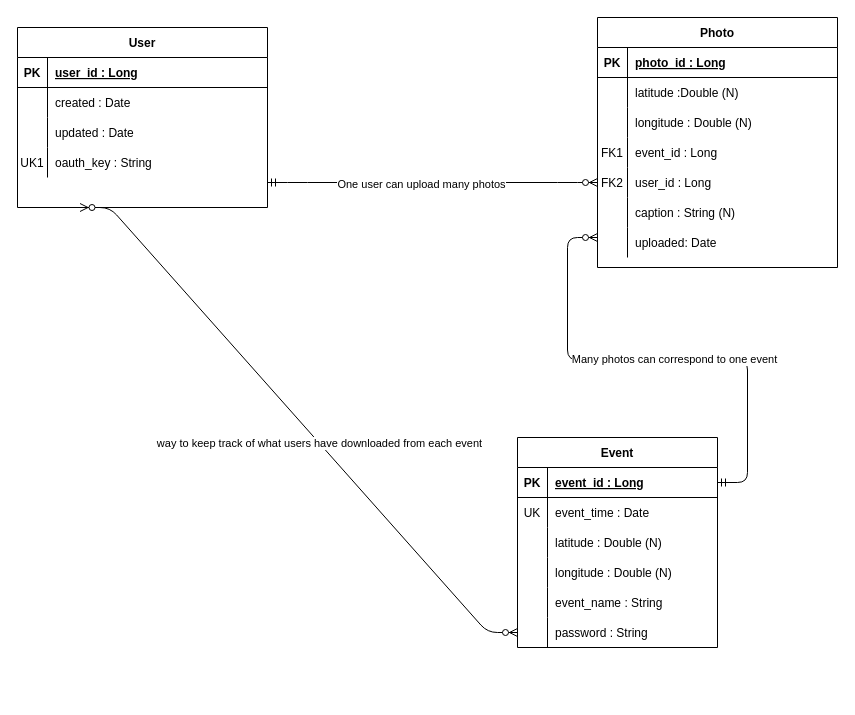
Above: docs/work/picmeERD.drawio in picme-gallery/picme-gallery-old.github.io (draw.io), before the change. Source tidied: cells renumbered, new cells numbered last; positions are measured from the earlier drawing's top-left corner, leaving out a move shared by most shapes. Both pictures are drawn from the tidied source at 100%, with x=0, y=0 at pixel (17, 17).
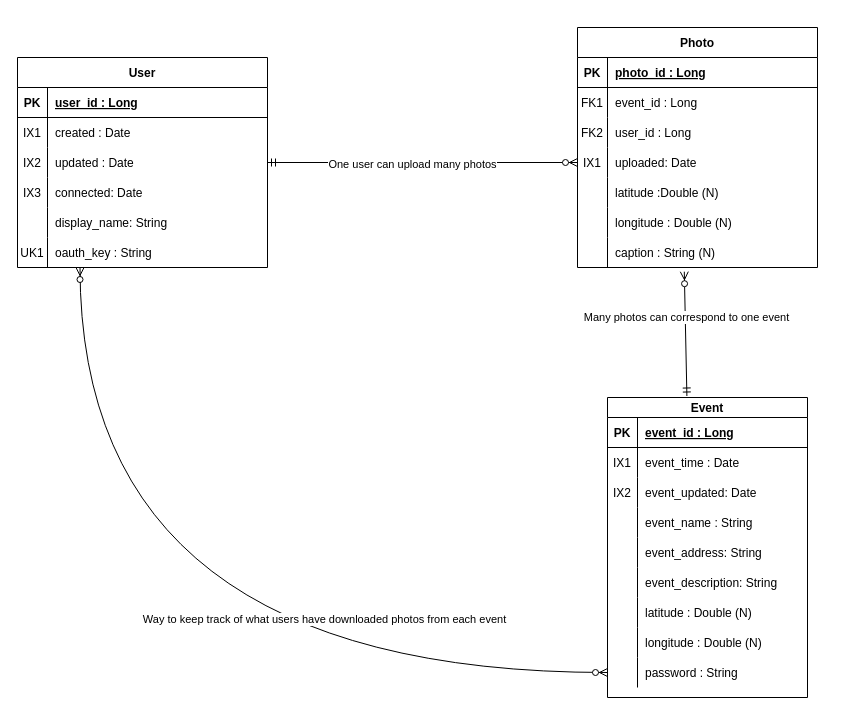
After the change.

Commit message (it also covers changes not shown here):
Updated our ERD

Unchanged cells that the change refers to:
```xml
<mxCell id="9" style="shape=partialRectangle;fillColor=none;top=0;left=0;right=0;bottom=0;" parent="5" vertex="1">
  <mxGeometry y="60" width="250" height="30" as="geometry" />
</mxCell>
<mxCell id="12" style="shape=partialRectangle;fillColor=none;points=[[0,0.5],[1,0.5]];portConstraint=eastwest;top=0;left=0;right=0;bottom=0;" parent="5" vertex="1">
  <mxGeometry y="90" width="250" height="30" as="geometry" />
</mxCell>
```

Change to the diagram source:
```diff
@@
-    <mxCell id="2" style="edgeStyle=entityRelationEdgeStyle;fontSize=12;html=1;endArrow=ERzeroToMany;startArrow=ERmandOne;exitX=1;exitY=0.5;exitDx=0;exitDy=0;" parent="1" edge="1" source="45">
-      <mxGeometry relative="1" as="geometry">
-        <mxPoint x="580" y="220" as="targetPoint" />
-      </mxGeometry>
-    </mxCell>
-    <mxCell id="3" value="Many photos can correspond to one event" style="edgeLabel;html=1;align=center;verticalAlign=middle;" parent="2" vertex="1">
-      <mxGeometry x="-0.07" y="-1" relative="1" as="geometry" />
-    </mxCell>
     <mxCell id="4" style="group;" parent="1" vertex="1">
-      <mxGeometry y="10" width="250" height="180" as="geometry" />
+      <mxGeometry y="30" width="250" height="210" as="geometry" />
     </mxCell>
     <mxCell id="5" value="User" style="shape=table;startSize=30;childLayout=tableLayout;rowLines=0;fontStyle=1;align=center;" parent="4" vertex="1">
-      <mxGeometry width="250" height="180" as="geometry" />
+      <mxGeometry y="10" width="250" height="210" as="geometry" />
     </mxCell>
@@
-    <mxCell id="10" style="shape=partialRectangle;overflow=hidden;fillColor=none;top=0;left=0;bottom=0;right=0;" parent="9" vertex="1">
+    <mxCell id="10" value="IX1" style="shape=partialRectangle;overflow=hidden;fillColor=none;top=0;left=0;bottom=0;right=0;" parent="9" vertex="1">
       <mxGeometry width="30" height="30" as="geometry" />
     </mxCell>
@@
-    <mxCell id="13" style="shape=partialRectangle;overflow=hidden;fillColor=none;top=0;left=0;bottom=0;right=0;" parent="12" vertex="1">
+    <mxCell id="13" value="IX2" style="shape=partialRectangle;overflow=hidden;fillColor=none;top=0;left=0;bottom=0;right=0;" parent="12" vertex="1">
       <mxGeometry width="30" height="30" as="geometry" />
     </mxCell>
@@
+    <mxCell id="63" style="shape=partialRectangle;fillColor=none;top=0;left=0;right=0;bottom=0;" parent="5" vertex="1">
+      <mxGeometry y="120" width="250" height="30" as="geometry" />
+    </mxCell>
+    <mxCell id="64" value="IX3" style="shape=partialRectangle;overflow=hidden;fillColor=none;top=0;left=0;bottom=0;right=0;" parent="63" vertex="1">
+      <mxGeometry width="30" height="30" as="geometry" />
+    </mxCell>
+    <mxCell id="65" value="connected: Date" style="shape=partialRectangle;overflow=hidden;fillColor=none;top=0;left=0;bottom=0;right=0;align=left;spacingLeft=6;" parent="63" vertex="1">
+      <mxGeometry x="30" width="220" height="30" as="geometry" />
+    </mxCell>
+    <mxCell id="66" style="shape=partialRectangle;fillColor=none;top=0;left=0;right=0;bottom=0;" parent="5" vertex="1">
+      <mxGeometry y="150" width="250" height="30" as="geometry" />
+    </mxCell>
+    <mxCell id="67" style="shape=partialRectangle;overflow=hidden;fillColor=none;top=0;left=0;bottom=0;right=0;" parent="66" vertex="1">
+      <mxGeometry width="30" height="30" as="geometry" />
+    </mxCell>
+    <mxCell id="68" value="display_name: String" style="shape=partialRectangle;overflow=hidden;fillColor=none;top=0;left=0;bottom=0;right=0;align=left;spacingLeft=6;" parent="66" vertex="1">
+      <mxGeometry x="30" width="220" height="30" as="geometry" />
+    </mxCell>
     <mxCell id="15" style="shape=partialRectangle;fillColor=none;top=0;left=0;right=0;bottom=0;" parent="5" vertex="1">
-      <mxGeometry y="120" width="250" height="30" as="geometry" />
+      <mxGeometry y="180" width="250" height="30" as="geometry" />
     </mxCell>
@@
-    <mxCell id="18" style="edgeStyle=entityRelationEdgeStyle;fontSize=12;html=1;endArrow=ERzeroToMany;startArrow=ERmandOne;" parent="1" edge="1">
-      <mxGeometry relative="1" as="geometry">
-        <mxPoint x="250" y="165" as="sourcePoint" />
-        <mxPoint x="580" y="165" as="targetPoint" />
-      </mxGeometry>
+    <mxCell id="18" style="fontSize=12;html=1;endArrow=ERzeroToMany;startArrow=ERmandOne;exitX=1;exitY=0.5;exitDx=0;exitDy=0;entryX=0;entryY=0.5;entryDx=0;entryDy=0;" parent="1" edge="1" source="12" target="39">
+      <mxGeometry relative="1" as="geometry" />
     </mxCell>
@@
     <mxCell id="20" value="Photo" style="shape=table;startSize=30;childLayout=tableLayout;rowLines=0;fontStyle=1;align=center;" parent="1" vertex="1">
-      <mxGeometry x="580" width="240" height="250" as="geometry" />
+      <mxGeometry x="560" y="10" width="240" height="240" as="geometry" />
     </mxCell>
@@
+    <mxCell id="30" style="shape=partialRectangle;fillColor=none;top=0;left=0;bottom=0;right=0;" parent="20" vertex="1">
+      <mxGeometry y="60" width="240" height="30" as="geometry" />
+    </mxCell>
+    <mxCell id="31" value="FK1" style="shape=partialRectangle;fillColor=none;top=0;left=0;bottom=0;right=0;overflow=hidden;" parent="30" vertex="1">
+      <mxGeometry width="30" height="30" as="geometry" />
+    </mxCell>
+    <mxCell id="32" value="event_id : Long" style="shape=partialRectangle;fillColor=none;top=0;left=0;bottom=0;right=0;align=left;spacingLeft=6;overflow=hidden;" parent="30" vertex="1">
+      <mxGeometry x="30" width="210" height="30" as="geometry" />
+    </mxCell>
+    <mxCell id="33" style="shape=partialRectangle;fillColor=none;top=0;left=0;bottom=0;right=0;" parent="20" vertex="1">
+      <mxGeometry y="90" width="240" height="30" as="geometry" />
+    </mxCell>
+    <mxCell id="34" value="FK2" style="shape=partialRectangle;fillColor=none;top=0;left=0;bottom=0;right=0;overflow=hidden;" parent="33" vertex="1">
+      <mxGeometry width="30" height="30" as="geometry" />
+    </mxCell>
+    <mxCell id="35" value="user_id : Long" style="shape=partialRectangle;fillColor=none;top=0;left=0;bottom=0;right=0;align=left;spacingLeft=6;overflow=hidden;" parent="33" vertex="1">
+      <mxGeometry x="30" width="210" height="30" as="geometry" />
+    </mxCell>
+    <mxCell id="39" style="shape=partialRectangle;fillColor=none;top=0;left=0;bottom=0;right=0;points=[[0,0.5],[1,0.5]];portConstraint=eastwest;" parent="20" vertex="1">
+      <mxGeometry y="120" width="240" height="30" as="geometry" />
+    </mxCell>
+    <mxCell id="40" value="IX1" style="shape=partialRectangle;fillColor=none;top=0;left=0;bottom=0;right=0;overflow=hidden;" parent="39" vertex="1">
+      <mxGeometry width="30" height="30" as="geometry" />
+    </mxCell>
+    <mxCell id="41" value="uploaded: Date" style="shape=partialRectangle;fillColor=none;top=0;left=0;bottom=0;right=0;align=left;spacingLeft=6;overflow=hidden;" parent="39" vertex="1">
+      <mxGeometry x="30" width="210" height="30" as="geometry" />
+    </mxCell>
     <mxCell id="24" style="shape=partialRectangle;fillColor=none;top=0;left=0;bottom=0;right=0;" parent="20" vertex="1">
-      <mxGeometry y="60" width="240" height="30" as="geometry" />
+      <mxGeometry y="150" width="240" height="30" as="geometry" />
     </mxCell>
@@
     <mxCell id="27" style="shape=partialRectangle;fillColor=none;top=0;left=0;bottom=0;right=0;" parent="20" vertex="1">
-      <mxGeometry y="90" width="240" height="30" as="geometry" />
+      <mxGeometry y="180" width="240" height="30" as="geometry" />
     </mxCell>
@@
-    <mxCell id="30" style="shape=partialRectangle;fillColor=none;top=0;left=0;bottom=0;right=0;" parent="20" vertex="1">
-      <mxGeometry y="120" width="240" height="30" as="geometry" />
-    </mxCell>
-    <mxCell id="31" value="FK1" style="shape=partialRectangle;fillColor=none;top=0;left=0;bottom=0;right=0;overflow=hidden;" parent="30" vertex="1">
-      <mxGeometry width="30" height="30" as="geometry" />
-    </mxCell>
-    <mxCell id="32" value="event_id : Long" style="shape=partialRectangle;fillColor=none;top=0;left=0;bottom=0;right=0;align=left;spacingLeft=6;overflow=hidden;" parent="30" vertex="1">
-      <mxGeometry x="30" width="210" height="30" as="geometry" />
-    </mxCell>
-    <mxCell id="33" style="shape=partialRectangle;fillColor=none;top=0;left=0;bottom=0;right=0;" parent="20" vertex="1">
-      <mxGeometry y="150" width="240" height="30" as="geometry" />
-    </mxCell>
-    <mxCell id="34" value="FK2" style="shape=partialRectangle;fillColor=none;top=0;left=0;bottom=0;right=0;overflow=hidden;" parent="33" vertex="1">
-      <mxGeometry width="30" height="30" as="geometry" />
-    </mxCell>
-    <mxCell id="35" value="user_id : Long" style="shape=partialRectangle;fillColor=none;top=0;left=0;bottom=0;right=0;align=left;spacingLeft=6;overflow=hidden;" parent="33" vertex="1">
-      <mxGeometry x="30" width="210" height="30" as="geometry" />
-    </mxCell>
     <mxCell id="36" style="shape=partialRectangle;fillColor=none;top=0;left=0;bottom=0;right=0;points=[[0,0.5],[1,0.5]];portConstraint=eastwest;" parent="20" vertex="1">
-      <mxGeometry y="180" width="240" height="30" as="geometry" />
+      <mxGeometry y="210" width="240" height="30" as="geometry" />
     </mxCell>
@@
-    <mxCell id="39" style="shape=partialRectangle;fillColor=none;top=0;left=0;bottom=0;right=0;points=[[0,0.5],[1,0.5]];portConstraint=eastwest;" parent="20" vertex="1">
-      <mxGeometry y="210" width="240" height="30" as="geometry" />
-    </mxCell>
-    <mxCell id="40" style="shape=partialRectangle;fillColor=none;top=0;left=0;bottom=0;right=0;overflow=hidden;" parent="39" vertex="1">
-      <mxGeometry width="30" height="30" as="geometry" />
-    </mxCell>
-    <mxCell id="41" value="uploaded: Date" style="shape=partialRectangle;fillColor=none;top=0;left=0;bottom=0;right=0;align=left;spacingLeft=6;overflow=hidden;" parent="39" vertex="1">
-      <mxGeometry x="30" width="210" height="30" as="geometry" />
-    </mxCell>
-    <mxCell id="42" style="edgeStyle=entityRelationEdgeStyle;fontSize=12;html=1;endArrow=ERzeroToMany;endFill=1;startArrow=ERzeroToMany;entryX=0.25;entryY=1;entryDx=0;entryDy=0;exitX=0;exitY=0.5;exitDx=0;exitDy=0;" parent="1" edge="1" source="60" target="5">
+    <mxCell id="42" style="edgeStyle=orthogonalEdgeStyle;fontSize=12;html=1;endArrow=ERzeroToMany;endFill=1;startArrow=ERzeroToMany;exitX=0;exitY=0.5;exitDx=0;exitDy=0;curved=1;entryX=0.25;entryY=1;entryDx=0;entryDy=0;" parent="1" edge="1" source="60" target="5">
       <mxGeometry relative="1" as="geometry" />
     </mxCell>
-    <mxCell id="43" value="way to keep track of what users have downloaded from each event" style="edgeLabel;html=1;align=center;verticalAlign=middle;" parent="42" vertex="1">
-      <mxGeometry x="-0.1" relative="1" as="geometry" />
-    </mxCell>
+    <mxCell id="69" value="Way to keep track of what users have downloaded photos from each event" style="edgeLabel;html=1;align=center;verticalAlign=middle;" parent="42" vertex="1">
+      <mxGeometry x="-0.39" y="-54" relative="1" as="geometry" />
+    </mxCell>
-    <mxCell id="44" value="Event" style="shape=table;startSize=30;childLayout=tableLayout;rowLines=0;fontStyle=1;align=center;" parent="1" vertex="1">
-      <mxGeometry x="500" y="420" width="200" height="210" as="geometry" />
+    <mxCell id="44" value="Event" style="shape=table;startSize=20;childLayout=tableLayout;rowLines=0;fontStyle=1;align=center;" parent="1" vertex="1">
+      <mxGeometry x="590" y="380" width="200" height="300" as="geometry" />
     </mxCell>
     <mxCell id="45" style="shape=partialRectangle;fillColor=none;top=0;left=0;bottom=1;right=0;points=[[0,0.5],[1,0.5]];portConstraint=eastwest;" parent="44" vertex="1">
-      <mxGeometry y="30" width="200" height="30" as="geometry" />
+      <mxGeometry y="20" width="200" height="30" as="geometry" />
     </mxCell>
@@
     <mxCell id="48" style="shape=partialRectangle;fillColor=none;top=0;left=0;bottom=0;right=0;" parent="44" vertex="1">
-      <mxGeometry y="60" width="200" height="30" as="geometry" />
+      <mxGeometry y="50" width="200" height="30" as="geometry" />
     </mxCell>
-    <mxCell id="49" value="UK" style="shape=partialRectangle;fillColor=none;top=0;left=0;bottom=0;right=0;overflow=hidden;" parent="48" vertex="1">
+    <mxCell id="49" value="IX1" style="shape=partialRectangle;fillColor=none;top=0;left=0;bottom=0;right=0;overflow=hidden;" parent="48" vertex="1">
       <mxGeometry width="30" height="30" as="geometry" />
     </mxCell>
@@
+    <mxCell id="70" style="shape=partialRectangle;fillColor=none;top=0;left=0;bottom=0;right=0;" parent="44" vertex="1">
+      <mxGeometry y="80" width="200" height="30" as="geometry" />
+    </mxCell>
+    <mxCell id="71" value="IX2" style="shape=partialRectangle;fillColor=none;top=0;left=0;bottom=0;right=0;overflow=hidden;" parent="70" vertex="1">
+      <mxGeometry width="30" height="30" as="geometry" />
+    </mxCell>
+    <mxCell id="72" value="event_updated: Date" style="shape=partialRectangle;fillColor=none;top=0;left=0;bottom=0;right=0;align=left;spacingLeft=6;overflow=hidden;" parent="70" vertex="1">
+      <mxGeometry x="30" width="170" height="30" as="geometry" />
+    </mxCell>
+    <mxCell id="57" style="shape=partialRectangle;fillColor=none;top=0;left=0;bottom=0;right=0;" parent="44" vertex="1">
+      <mxGeometry y="110" width="200" height="30" as="geometry" />
+    </mxCell>
+    <mxCell id="58" style="shape=partialRectangle;fillColor=none;top=0;left=0;bottom=0;right=0;overflow=hidden;" parent="57" vertex="1">
+      <mxGeometry width="30" height="30" as="geometry" />
+    </mxCell>
+    <mxCell id="59" value="event_name : String" style="shape=partialRectangle;fillColor=none;top=0;left=0;bottom=0;right=0;align=left;spacingLeft=6;overflow=hidden;" parent="57" vertex="1">
+      <mxGeometry x="30" width="170" height="30" as="geometry" />
+    </mxCell>
+    <mxCell id="73" style="shape=partialRectangle;fillColor=none;top=0;left=0;bottom=0;right=0;" parent="44" vertex="1">
+      <mxGeometry y="140" width="200" height="30" as="geometry" />
+    </mxCell>
+    <mxCell id="74" style="shape=partialRectangle;fillColor=none;top=0;left=0;bottom=0;right=0;overflow=hidden;" parent="73" vertex="1">
+      <mxGeometry width="30" height="30" as="geometry" />
+    </mxCell>
+    <mxCell id="75" value="event_address: String" style="shape=partialRectangle;fillColor=none;top=0;left=0;bottom=0;right=0;align=left;spacingLeft=6;overflow=hidden;" parent="73" vertex="1">
+      <mxGeometry x="30" width="170" height="30" as="geometry" />
+    </mxCell>
+    <mxCell id="76" style="shape=partialRectangle;fillColor=none;top=0;left=0;bottom=0;right=0;" parent="44" vertex="1">
+      <mxGeometry y="170" width="200" height="30" as="geometry" />
+    </mxCell>
+    <mxCell id="77" style="shape=partialRectangle;fillColor=none;top=0;left=0;bottom=0;right=0;overflow=hidden;" parent="76" vertex="1">
+      <mxGeometry width="30" height="30" as="geometry" />
+    </mxCell>
+    <mxCell id="78" value="event_description: String" style="shape=partialRectangle;fillColor=none;top=0;left=0;bottom=0;right=0;align=left;spacingLeft=6;overflow=hidden;" parent="76" vertex="1">
+      <mxGeometry x="30" width="170" height="30" as="geometry" />
+    </mxCell>
     <mxCell id="51" style="shape=partialRectangle;fillColor=none;top=0;left=0;bottom=0;right=0;" parent="44" vertex="1">
-      <mxGeometry y="90" width="200" height="30" as="geometry" />
+      <mxGeometry y="200" width="200" height="30" as="geometry" />
     </mxCell>
@@
     <mxCell id="54" style="shape=partialRectangle;fillColor=none;top=0;left=0;bottom=0;right=0;" parent="44" vertex="1">
-      <mxGeometry y="120" width="200" height="30" as="geometry" />
+      <mxGeometry y="230" width="200" height="30" as="geometry" />
     </mxCell>
@@
-    <mxCell id="57" style="shape=partialRectangle;fillColor=none;top=0;left=0;bottom=0;right=0;" parent="44" vertex="1">
-      <mxGeometry y="150" width="200" height="30" as="geometry" />
-    </mxCell>
-    <mxCell id="58" style="shape=partialRectangle;fillColor=none;top=0;left=0;bottom=0;right=0;overflow=hidden;" parent="57" vertex="1">
-      <mxGeometry width="30" height="30" as="geometry" />
-    </mxCell>
-    <mxCell id="59" value="event_name : String" style="shape=partialRectangle;fillColor=none;top=0;left=0;bottom=0;right=0;align=left;spacingLeft=6;overflow=hidden;" parent="57" vertex="1">
-      <mxGeometry x="30" width="170" height="30" as="geometry" />
-    </mxCell>
     <mxCell id="60" style="shape=partialRectangle;fillColor=none;top=0;left=0;bottom=0;right=0;points=[[0,0.5],[1,0.5]];portConstraint=eastwest;" parent="44" vertex="1">
-      <mxGeometry y="180" width="200" height="30" as="geometry" />
+      <mxGeometry y="260" width="200" height="30" as="geometry" />
     </mxCell>
@@
+    <mxCell id="79" style="fontSize=12;html=1;endArrow=ERzeroToMany;startArrow=ERmandOne;exitX=0.397;exitY=-0.005;exitDx=0;exitDy=0;exitPerimeter=0;entryX=0.445;entryY=1.14;entryDx=0;entryDy=0;entryPerimeter=0;" parent="1" edge="1" source="44" target="36">
+      <mxGeometry relative="1" as="geometry" />
+    </mxCell>
+    <mxCell id="3" value="Many photos can correspond to one event" style="edgeLabel;html=1;align=center;verticalAlign=middle;" parent="79" vertex="1">
+      <mxGeometry x="0.27" y="-1" relative="1" as="geometry" />
+    </mxCell>
+    <mxCell id="80" style="edgeStyle=none;rounded=0;orthogonalLoop=1;jettySize=auto;html=1;exitX=0.25;exitY=0;exitDx=0;exitDy=0;" parent="1" edge="1" source="44" target="44">
+      <mxGeometry relative="1" as="geometry" />
+    </mxCell>
```
